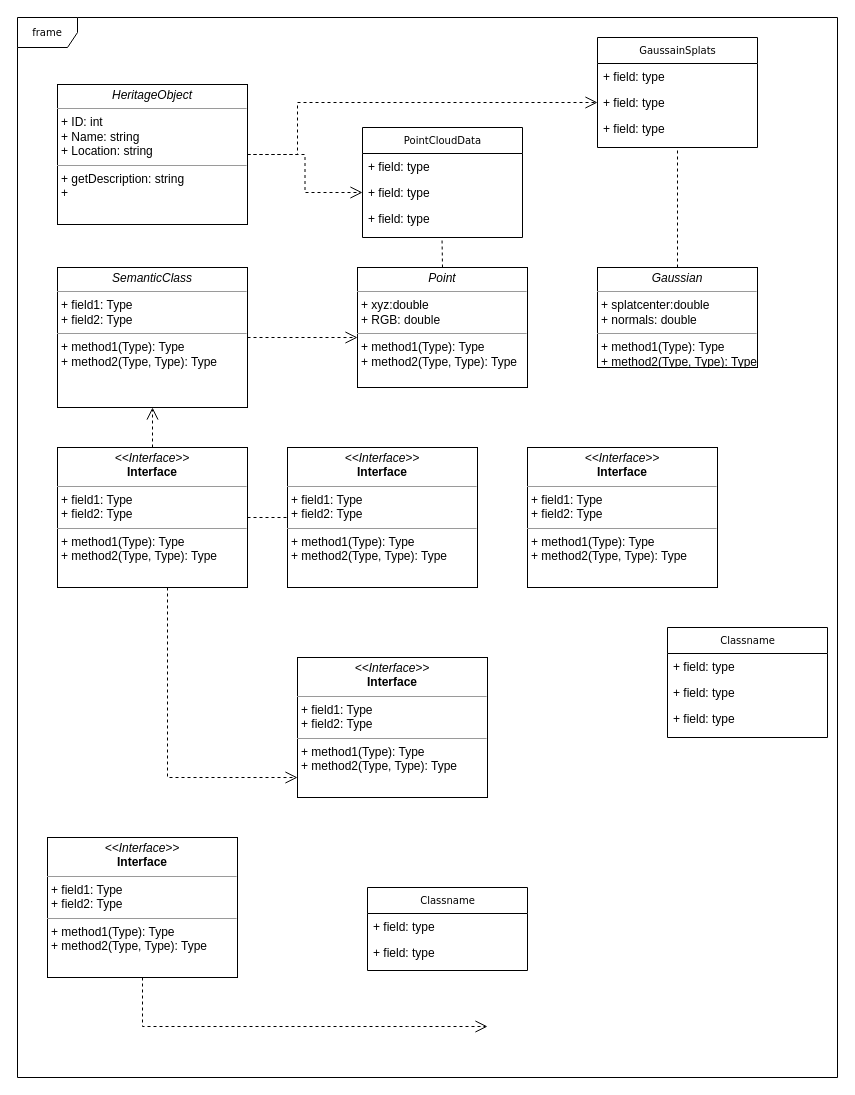
The draw.io diagram Untitled Diagram.drawio in Zhuoyuee/thesis, before the edit. Source tidied: cells renumbered, new cells numbered last; positions are measured from the earlier drawing's top-left corner, leaving out a move shared by most shapes. Both pictures are drawn from the tidied source at 100%, with x=0, y=0 at pixel (17, 17).
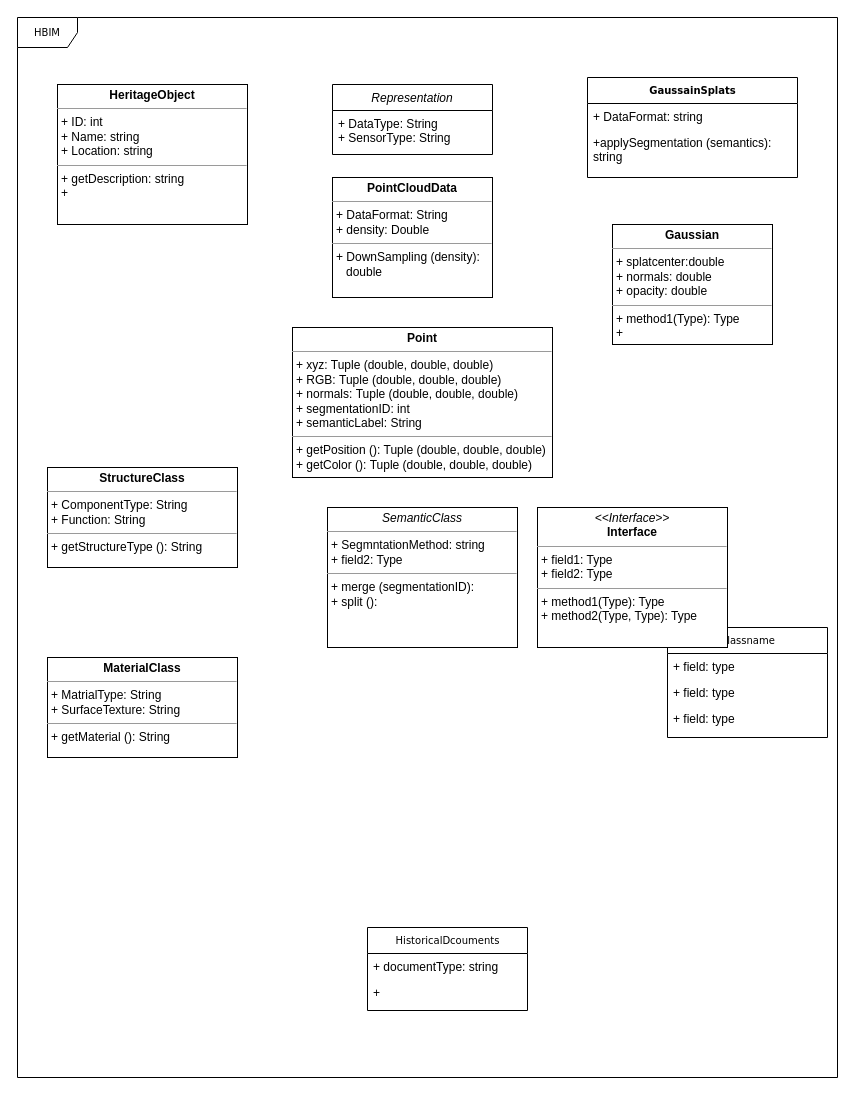
After the change.

What changed in the source:
```diff
@@
-    <mxCell id="2" value="frame" style="shape=umlFrame;whiteSpace=wrap;html=1;rounded=0;shadow=0;comic=0;labelBackgroundColor=none;strokeWidth=1;fontFamily=Verdana;fontSize=10;align=center;" parent="1" vertex="1">
+    <mxCell id="2" value="HBIM" style="shape=umlFrame;whiteSpace=wrap;html=1;rounded=0;shadow=0;comic=0;labelBackgroundColor=none;strokeWidth=1;fontFamily=Verdana;fontSize=10;align=center;" parent="1" vertex="1">
       <mxGeometry width="820" height="1060" as="geometry" />
     </mxCell>
-    <mxCell id="3" value="PointCloudData" style="swimlane;html=1;fontStyle=0;horizontal=1;startSize=26;fillColor=none;swimlaneFillColor=#ffffff;rounded=0;shadow=0;comic=0;labelBackgroundColor=none;strokeWidth=1;fontFamily=Verdana;fontSize=10;align=center;" parent="1" vertex="1">
-      <mxGeometry x="345" y="110" width="160" height="110" as="geometry" />
-    </mxCell>
-    <mxCell id="4" value="+ field: type" style="text;html=1;strokeColor=none;fillColor=none;align=left;verticalAlign=top;spacingLeft=4;spacingRight=4;whiteSpace=wrap;overflow=hidden;" parent="3" vertex="1">
-      <mxGeometry y="26" width="160" height="26" as="geometry" />
-    </mxCell>
-    <mxCell id="5" value="+ field: type" style="text;html=1;strokeColor=none;fillColor=none;align=left;verticalAlign=top;spacingLeft=4;spacingRight=4;whiteSpace=wrap;overflow=hidden;points=[[0,0.5],[1,0.5]];portConstraint=eastwest;" parent="3" vertex="1">
-      <mxGeometry y="52" width="160" height="26" as="geometry" />
-    </mxCell>
-    <mxCell id="6" value="+ field: type" style="text;html=1;strokeColor=none;fillColor=none;align=left;verticalAlign=top;spacingLeft=4;spacingRight=4;whiteSpace=wrap;overflow=hidden;" parent="3" vertex="1">
-      <mxGeometry y="78" width="160" height="26" as="geometry" />
-    </mxCell>
-    <mxCell id="7" value="GaussainSplats" style="swimlane;html=1;fontStyle=0;horizontal=1;startSize=26;fillColor=none;swimlaneFillColor=#ffffff;rounded=0;shadow=0;comic=0;labelBackgroundColor=none;strokeWidth=1;fontFamily=Verdana;fontSize=10;align=center;" parent="1" vertex="1">
-      <mxGeometry x="580" y="20" width="160" height="110" as="geometry" />
+    <mxCell id="7" value="&lt;b&gt;GaussainSplats&lt;/b&gt;" style="swimlane;html=1;fontStyle=0;horizontal=1;startSize=26;fillColor=none;swimlaneFillColor=#ffffff;rounded=0;shadow=0;comic=0;labelBackgroundColor=none;strokeWidth=1;fontFamily=Verdana;fontSize=10;align=center;" parent="1" vertex="1">
+      <mxGeometry x="570" y="60" width="210" height="100" as="geometry" />
     </mxCell>
-    <mxCell id="8" value="+ field: type" style="text;html=1;strokeColor=none;fillColor=none;align=left;verticalAlign=top;spacingLeft=4;spacingRight=4;whiteSpace=wrap;overflow=hidden;" parent="7" vertex="1">
-      <mxGeometry y="26" width="160" height="26" as="geometry" />
+    <mxCell id="8" value="+ DataFormat: string" style="text;html=1;strokeColor=none;fillColor=none;align=left;verticalAlign=top;spacingLeft=4;spacingRight=4;whiteSpace=wrap;overflow=hidden;" parent="7" vertex="1">
+      <mxGeometry y="26" width="210" height="26" as="geometry" />
     </mxCell>
-    <mxCell id="9" value="+ field: type" style="text;html=1;strokeColor=none;fillColor=none;align=left;verticalAlign=top;spacingLeft=4;spacingRight=4;whiteSpace=wrap;overflow=hidden;points=[[0,0.5],[1,0.5]];portConstraint=eastwest;" parent="7" vertex="1">
-      <mxGeometry y="52" width="160" height="26" as="geometry" />
+    <mxCell id="9" value="+applySegmentation (semantics): string" style="text;html=1;strokeColor=none;fillColor=none;align=left;verticalAlign=top;spacingLeft=4;spacingRight=4;whiteSpace=wrap;overflow=hidden;points=[[0,0.5],[1,0.5]];portConstraint=eastwest;" parent="7" vertex="1">
+      <mxGeometry y="52" width="210" height="48" as="geometry" />
     </mxCell>
-    <mxCell id="10" value="+ field: type" style="text;html=1;strokeColor=none;fillColor=none;align=left;verticalAlign=top;spacingLeft=4;spacingRight=4;whiteSpace=wrap;overflow=hidden;" parent="7" vertex="1">
-      <mxGeometry y="78" width="160" height="26" as="geometry" />
-    </mxCell>
-    <mxCell id="11" value="Classname" style="swimlane;html=1;fontStyle=0;horizontal=1;startSize=26;fillColor=none;swimlaneFillColor=#ffffff;rounded=0;shadow=0;comic=0;labelBackgroundColor=none;strokeWidth=1;fontFamily=Verdana;fontSize=10;align=center;" parent="1" vertex="1">
-      <mxGeometry x="350" y="870" width="160" height="83" as="geometry" />
+    <mxCell id="11" value="HistoricalDcouments" style="swimlane;html=1;fontStyle=0;horizontal=1;startSize=26;fillColor=none;swimlaneFillColor=#ffffff;rounded=0;shadow=0;comic=0;labelBackgroundColor=none;strokeWidth=1;fontFamily=Verdana;fontSize=10;align=center;" parent="1" vertex="1">
+      <mxGeometry x="350" y="910" width="160" height="83" as="geometry" />
     </mxCell>
-    <mxCell id="12" value="+ field: type" style="text;html=1;strokeColor=none;fillColor=none;align=left;verticalAlign=top;spacingLeft=4;spacingRight=4;whiteSpace=wrap;overflow=hidden;" parent="11" vertex="1">
+    <mxCell id="12" value="+ documentType: string" style="text;html=1;strokeColor=none;fillColor=none;align=left;verticalAlign=top;spacingLeft=4;spacingRight=4;whiteSpace=wrap;overflow=hidden;" parent="11" vertex="1">
       <mxGeometry y="26" width="160" height="26" as="geometry" />
     </mxCell>
-    <mxCell id="13" value="+ field: type" style="text;html=1;strokeColor=none;fillColor=none;align=left;verticalAlign=top;spacingLeft=4;spacingRight=4;whiteSpace=wrap;overflow=hidden;" parent="11" vertex="1">
+    <mxCell id="13" value="+&amp;nbsp;" style="text;html=1;strokeColor=none;fillColor=none;align=left;verticalAlign=top;spacingLeft=4;spacingRight=4;whiteSpace=wrap;overflow=hidden;" parent="11" vertex="1">
       <mxGeometry y="52" width="160" height="26" as="geometry" />
     </mxCell>
@@
     <mxCell id="18" value="&lt;p style=&quot;margin:0px;margin-top:4px;text-align:center;&quot;&gt;&lt;i&gt;&amp;lt;&amp;lt;Interface&amp;gt;&amp;gt;&lt;/i&gt;&lt;br/&gt;&lt;b&gt;Interface&lt;/b&gt;&lt;/p&gt;&lt;hr size=&quot;1&quot;/&gt;&lt;p style=&quot;margin:0px;margin-left:4px;&quot;&gt;+ field1: Type&lt;br/&gt;+ field2: Type&lt;/p&gt;&lt;hr size=&quot;1&quot;/&gt;&lt;p style=&quot;margin:0px;margin-left:4px;&quot;&gt;+ method1(Type): Type&lt;br/&gt;+ method2(Type, Type): Type&lt;/p&gt;" style="verticalAlign=top;align=left;overflow=fill;fontSize=12;fontFamily=Helvetica;html=1;rounded=0;shadow=0;comic=0;labelBackgroundColor=none;strokeWidth=1;" parent="1" vertex="1">
-      <mxGeometry x="510" y="430" width="190" height="140" as="geometry" />
+      <mxGeometry x="520" y="490" width="190" height="140" as="geometry" />
     </mxCell>
-    <mxCell id="19" style="edgeStyle=orthogonalEdgeStyle;rounded=0;html=1;dashed=1;labelBackgroundColor=none;startFill=0;endArrow=open;endFill=0;endSize=10;fontFamily=Verdana;fontSize=10;" parent="1" edge="1" source="20">
-      <mxGeometry relative="1" as="geometry">
-        <mxPoint x="470" y="1009" as="targetPoint" />
-        <Array as="points">
-          <mxPoint x="390" y="1009" />
-          <mxPoint x="390" y="1009" />
-        </Array>
-      </mxGeometry>
-    </mxCell>
-    <mxCell id="20" value="&lt;p style=&quot;margin:0px;margin-top:4px;text-align:center;&quot;&gt;&lt;i&gt;&amp;lt;&amp;lt;Interface&amp;gt;&amp;gt;&lt;/i&gt;&lt;br/&gt;&lt;b&gt;Interface&lt;/b&gt;&lt;/p&gt;&lt;hr size=&quot;1&quot;/&gt;&lt;p style=&quot;margin:0px;margin-left:4px;&quot;&gt;+ field1: Type&lt;br/&gt;+ field2: Type&lt;/p&gt;&lt;hr size=&quot;1&quot;/&gt;&lt;p style=&quot;margin:0px;margin-left:4px;&quot;&gt;+ method1(Type): Type&lt;br/&gt;+ method2(Type, Type): Type&lt;/p&gt;" style="verticalAlign=top;align=left;overflow=fill;fontSize=12;fontFamily=Helvetica;html=1;rounded=0;shadow=0;comic=0;labelBackgroundColor=none;strokeWidth=1;" parent="1" vertex="1">
-      <mxGeometry x="30" y="820" width="190" height="140" as="geometry" />
+    <mxCell id="20" value="&lt;p style=&quot;margin:0px;margin-top:4px;text-align:center;&quot;&gt;&lt;b&gt;MaterialClass&lt;/b&gt;&lt;/p&gt;&lt;hr size=&quot;1&quot;&gt;&lt;p style=&quot;margin:0px;margin-left:4px;&quot;&gt;+ MatrialType: String&lt;br&gt;+ SurfaceTexture: String&lt;/p&gt;&lt;hr size=&quot;1&quot;&gt;&lt;p style=&quot;margin:0px;margin-left:4px;&quot;&gt;+ getMaterial (): String&lt;/p&gt;" style="verticalAlign=top;align=left;overflow=fill;fontSize=12;fontFamily=Helvetica;html=1;rounded=0;shadow=0;comic=0;labelBackgroundColor=none;strokeWidth=1;" parent="1" vertex="1">
+      <mxGeometry x="30" y="640" width="190" height="100" as="geometry" />
     </mxCell>
-    <mxCell id="21" value="&lt;p style=&quot;margin:0px;margin-top:4px;text-align:center;&quot;&gt;&lt;i&gt;&amp;lt;&amp;lt;Interface&amp;gt;&amp;gt;&lt;/i&gt;&lt;br/&gt;&lt;b&gt;Interface&lt;/b&gt;&lt;/p&gt;&lt;hr size=&quot;1&quot;/&gt;&lt;p style=&quot;margin:0px;margin-left:4px;&quot;&gt;+ field1: Type&lt;br/&gt;+ field2: Type&lt;/p&gt;&lt;hr size=&quot;1&quot;/&gt;&lt;p style=&quot;margin:0px;margin-left:4px;&quot;&gt;+ method1(Type): Type&lt;br/&gt;+ method2(Type, Type): Type&lt;/p&gt;" style="verticalAlign=top;align=left;overflow=fill;fontSize=12;fontFamily=Helvetica;html=1;rounded=0;shadow=0;comic=0;labelBackgroundColor=none;strokeWidth=1;" parent="1" vertex="1">
-      <mxGeometry x="280" y="640" width="190" height="140" as="geometry" />
-    </mxCell>
-    <mxCell id="22" value="&lt;p style=&quot;margin:0px;margin-top:4px;text-align:center;&quot;&gt;&lt;i&gt;Point&lt;/i&gt;&lt;/p&gt;&lt;hr size=&quot;1&quot;&gt;&lt;p style=&quot;margin:0px;margin-left:4px;&quot;&gt;+ xyz:double&amp;nbsp;&lt;br&gt;+ RGB: double&lt;/p&gt;&lt;hr size=&quot;1&quot;&gt;&lt;p style=&quot;margin:0px;margin-left:4px;&quot;&gt;+ method1(Type): Type&lt;br&gt;+ method2(Type, Type): Type&lt;/p&gt;" style="verticalAlign=top;align=left;overflow=fill;fontSize=12;fontFamily=Helvetica;html=1;rounded=0;shadow=0;comic=0;labelBackgroundColor=none;strokeWidth=1;" parent="1" vertex="1">
-      <mxGeometry x="340" y="250" width="170" height="120" as="geometry" />
+    <mxCell id="22" value="&lt;p style=&quot;margin:0px;margin-top:4px;text-align:center;&quot;&gt;&lt;b&gt;Point&lt;/b&gt;&lt;/p&gt;&lt;hr size=&quot;1&quot;&gt;&lt;p style=&quot;margin:0px;margin-left:4px;&quot;&gt;+ xyz: Tuple (double, double, double)&amp;nbsp;&lt;br&gt;+ RGB:&amp;nbsp;&lt;span style=&quot;background-color: transparent; color: light-dark(rgb(0, 0, 0), rgb(255, 255, 255));&quot;&gt;Tuple (double, double, double)&amp;nbsp;&lt;/span&gt;&lt;/p&gt;&lt;p style=&quot;margin:0px;margin-left:4px;&quot;&gt;&lt;span style=&quot;background-color: transparent; color: light-dark(rgb(0, 0, 0), rgb(255, 255, 255));&quot;&gt;+ normals:&amp;nbsp;&lt;/span&gt;&lt;span style=&quot;background-color: transparent; color: light-dark(rgb(0, 0, 0), rgb(255, 255, 255));&quot;&gt;Tuple (double, double, double)&amp;nbsp;&lt;/span&gt;&lt;/p&gt;&lt;p style=&quot;margin:0px;margin-left:4px;&quot;&gt;&lt;span style=&quot;background-color: transparent; color: light-dark(rgb(0, 0, 0), rgb(255, 255, 255));&quot;&gt;+ segmentationID: int&lt;/span&gt;&lt;/p&gt;&lt;p style=&quot;margin:0px;margin-left:4px;&quot;&gt;&lt;span style=&quot;background-color: transparent; color: light-dark(rgb(0, 0, 0), rgb(255, 255, 255));&quot;&gt;+ semanticLabel: String&lt;/span&gt;&lt;/p&gt;&lt;hr size=&quot;1&quot;&gt;&lt;p style=&quot;margin:0px;margin-left:4px;&quot;&gt;+ getPosition (): Tuple (double, double, double)&amp;nbsp;&lt;br&gt;+ getColor ():&amp;nbsp;&lt;span style=&quot;background-color: transparent; color: light-dark(rgb(0, 0, 0), rgb(255, 255, 255));&quot;&gt;Tuple (double, double, double)&amp;nbsp;&lt;/span&gt;&lt;/p&gt;" style="verticalAlign=top;align=left;overflow=fill;fontSize=12;fontFamily=Helvetica;html=1;rounded=0;shadow=0;comic=0;labelBackgroundColor=none;strokeWidth=1;" parent="1" vertex="1">
+      <mxGeometry x="275" y="310" width="260" height="150" as="geometry" />
     </mxCell>
-    <mxCell id="23" style="edgeStyle=orthogonalEdgeStyle;rounded=0;html=1;labelBackgroundColor=none;startFill=0;endArrow=open;endFill=0;endSize=10;fontFamily=Verdana;fontSize=10;dashed=1;entryX=0;entryY=0.5;entryDx=0;entryDy=0;" parent="1" edge="1" source="24" target="9">
-      <mxGeometry relative="1" as="geometry">
-        <Array as="points">
-          <mxPoint x="280" y="137" />
-          <mxPoint x="280" y="85" />
-        </Array>
-      </mxGeometry>
-    </mxCell>
-    <mxCell id="24" value="&lt;p style=&quot;margin:0px;margin-top:4px;text-align:center;&quot;&gt;&lt;i&gt;HeritageObject&lt;/i&gt;&lt;/p&gt;&lt;hr size=&quot;1&quot;&gt;&lt;p style=&quot;margin:0px;margin-left:4px;&quot;&gt;+ ID: int&lt;br&gt;+ Name: string&lt;/p&gt;&lt;p style=&quot;margin:0px;margin-left:4px;&quot;&gt;+ Location: string&lt;/p&gt;&lt;hr size=&quot;1&quot;&gt;&lt;p style=&quot;margin:0px;margin-left:4px;&quot;&gt;+ getDescription: string&lt;br&gt;+&amp;nbsp;&lt;/p&gt;" style="verticalAlign=top;align=left;overflow=fill;fontSize=12;fontFamily=Helvetica;html=1;rounded=0;shadow=0;comic=0;labelBackgroundColor=none;strokeWidth=1;" parent="1" vertex="1">
+    <mxCell id="24" value="&lt;p style=&quot;margin:0px;margin-top:4px;text-align:center;&quot;&gt;&lt;b&gt;HeritageObject&lt;/b&gt;&lt;/p&gt;&lt;hr size=&quot;1&quot;&gt;&lt;p style=&quot;margin:0px;margin-left:4px;&quot;&gt;+ ID: int&lt;br&gt;+ Name: string&lt;/p&gt;&lt;p style=&quot;margin:0px;margin-left:4px;&quot;&gt;+ Location: string&lt;/p&gt;&lt;hr size=&quot;1&quot;&gt;&lt;p style=&quot;margin:0px;margin-left:4px;&quot;&gt;+ getDescription: string&lt;br&gt;+&amp;nbsp;&lt;/p&gt;" style="verticalAlign=top;align=left;overflow=fill;fontSize=12;fontFamily=Helvetica;html=1;rounded=0;shadow=0;comic=0;labelBackgroundColor=none;strokeWidth=1;" parent="1" vertex="1">
       <mxGeometry x="40" y="67" width="190" height="140" as="geometry" />
     </mxCell>
-    <mxCell id="25" style="edgeStyle=orthogonalEdgeStyle;rounded=0;html=1;dashed=1;labelBackgroundColor=none;startFill=0;endArrow=open;endFill=0;endSize=10;fontFamily=Verdana;fontSize=10;entryX=0;entryY=0.5;entryDx=0;entryDy=0;exitX=1;exitY=0.5;exitDx=0;exitDy=0;" parent="1" edge="1" source="24" target="5">
-      <mxGeometry relative="1" as="geometry" />
-    </mxCell>
-    <mxCell id="26" style="edgeStyle=orthogonalEdgeStyle;rounded=0;html=1;dashed=1;labelBackgroundColor=none;startFill=0;endArrow=open;endFill=0;endSize=10;fontFamily=Verdana;fontSize=10;" parent="1" edge="1" source="27" target="22">
-      <mxGeometry relative="1" as="geometry">
-        <Array as="points">
-          <mxPoint x="350" y="320" />
-          <mxPoint x="350" y="280" />
-        </Array>
-      </mxGeometry>
-    </mxCell>
-    <mxCell id="27" value="&lt;p style=&quot;margin:0px;margin-top:4px;text-align:center;&quot;&gt;&lt;i&gt;SemanticClass&lt;/i&gt;&lt;/p&gt;&lt;hr size=&quot;1&quot;&gt;&lt;p style=&quot;margin:0px;margin-left:4px;&quot;&gt;+ field1: Type&lt;br&gt;+ field2: Type&lt;/p&gt;&lt;hr size=&quot;1&quot;&gt;&lt;p style=&quot;margin:0px;margin-left:4px;&quot;&gt;+ method1(Type): Type&lt;br&gt;+ method2(Type, Type): Type&lt;/p&gt;" style="verticalAlign=top;align=left;overflow=fill;fontSize=12;fontFamily=Helvetica;html=1;rounded=0;shadow=0;comic=0;labelBackgroundColor=none;strokeWidth=1;" parent="1" vertex="1">
-      <mxGeometry x="40" y="250" width="190" height="140" as="geometry" />
+    <mxCell id="27" value="&lt;p style=&quot;margin:0px;margin-top:4px;text-align:center;&quot;&gt;&lt;i&gt;SemanticClass&lt;/i&gt;&lt;/p&gt;&lt;hr size=&quot;1&quot;&gt;&lt;p style=&quot;margin:0px;margin-left:4px;&quot;&gt;+ SegmntationMethod: string&lt;br&gt;+ field2: Type&lt;/p&gt;&lt;hr size=&quot;1&quot;&gt;&lt;p style=&quot;margin:0px;margin-left:4px;&quot;&gt;+ merge (segmentationID):&amp;nbsp;&lt;/p&gt;&lt;p style=&quot;margin:0px;margin-left:4px;&quot;&gt;+ split ():&amp;nbsp;&lt;/p&gt;" style="verticalAlign=top;align=left;overflow=fill;fontSize=12;fontFamily=Helvetica;html=1;rounded=0;shadow=0;comic=0;labelBackgroundColor=none;strokeWidth=1;" parent="1" vertex="1">
+      <mxGeometry x="310" y="490" width="190" height="140" as="geometry" />
     </mxCell>
-    <mxCell id="28" style="edgeStyle=orthogonalEdgeStyle;rounded=0;html=1;dashed=1;labelBackgroundColor=none;startFill=0;endArrow=open;endFill=0;endSize=10;fontFamily=Verdana;fontSize=10;exitX=0.5;exitY=0;exitDx=0;exitDy=0;entryX=0.5;entryY=1;entryDx=0;entryDy=0;" parent="1" edge="1" source="31" target="27">
-      <mxGeometry relative="1" as="geometry">
-        <Array as="points">
-          <mxPoint x="135" y="470" />
-          <mxPoint x="130" y="470" />
-          <mxPoint x="130" y="440" />
-          <mxPoint x="135" y="440" />
-        </Array>
-      </mxGeometry>
-    </mxCell>
-    <mxCell id="29" style="edgeStyle=orthogonalEdgeStyle;rounded=0;html=1;dashed=1;labelBackgroundColor=none;startFill=0;endArrow=open;endFill=0;endSize=10;fontFamily=Verdana;fontSize=10;" parent="1" edge="1" source="31">
-      <mxGeometry relative="1" as="geometry">
-        <mxPoint x="360" y="500" as="targetPoint" />
-      </mxGeometry>
-    </mxCell>
-    <mxCell id="30" style="edgeStyle=orthogonalEdgeStyle;rounded=0;html=1;dashed=1;labelBackgroundColor=none;startFill=0;endArrow=open;endFill=0;endSize=10;fontFamily=Verdana;fontSize=10;" parent="1" edge="1" source="31" target="21">
-      <mxGeometry relative="1" as="geometry">
-        <Array as="points">
-          <mxPoint x="150" y="760" />
-        </Array>
-      </mxGeometry>
-    </mxCell>
-    <mxCell id="31" value="&lt;p style=&quot;margin:0px;margin-top:4px;text-align:center;&quot;&gt;&lt;i&gt;&amp;lt;&amp;lt;Interface&amp;gt;&amp;gt;&lt;/i&gt;&lt;br/&gt;&lt;b&gt;Interface&lt;/b&gt;&lt;/p&gt;&lt;hr size=&quot;1&quot;/&gt;&lt;p style=&quot;margin:0px;margin-left:4px;&quot;&gt;+ field1: Type&lt;br/&gt;+ field2: Type&lt;/p&gt;&lt;hr size=&quot;1&quot;/&gt;&lt;p style=&quot;margin:0px;margin-left:4px;&quot;&gt;+ method1(Type): Type&lt;br/&gt;+ method2(Type, Type): Type&lt;/p&gt;" style="verticalAlign=top;align=left;overflow=fill;fontSize=12;fontFamily=Helvetica;html=1;rounded=0;shadow=0;comic=0;labelBackgroundColor=none;strokeWidth=1;" parent="1" vertex="1">
-      <mxGeometry x="40" y="430" width="190" height="140" as="geometry" />
+    <mxCell id="31" value="&lt;p style=&quot;margin:0px;margin-top:4px;text-align:center;&quot;&gt;&lt;b&gt;StructureClass&lt;/b&gt;&lt;/p&gt;&lt;hr size=&quot;1&quot;&gt;&lt;p style=&quot;margin:0px;margin-left:4px;&quot;&gt;+ ComponentType: String&lt;br&gt;+ Function: String&lt;/p&gt;&lt;hr size=&quot;1&quot;&gt;&lt;p style=&quot;margin:0px;margin-left:4px;&quot;&gt;+ getStructureType (): String&lt;/p&gt;" style="verticalAlign=top;align=left;overflow=fill;fontSize=12;fontFamily=Helvetica;html=1;rounded=0;shadow=0;comic=0;labelBackgroundColor=none;strokeWidth=1;" parent="1" vertex="1">
+      <mxGeometry x="30" y="450" width="190" height="100" as="geometry" />
     </mxCell>
-    <mxCell id="32" value="&lt;p style=&quot;margin:0px;margin-top:4px;text-align:center;&quot;&gt;&lt;i&gt;Gaussian&lt;/i&gt;&lt;/p&gt;&lt;hr size=&quot;1&quot;&gt;&lt;p style=&quot;margin:0px;margin-left:4px;&quot;&gt;+ splatcenter:double&amp;nbsp;&lt;br&gt;+ normals: double&lt;/p&gt;&lt;hr size=&quot;1&quot;&gt;&lt;p style=&quot;margin:0px;margin-left:4px;&quot;&gt;+ method1(Type): Type&lt;br&gt;+ method2(Type, Type): Type&lt;/p&gt;" style="verticalAlign=top;align=left;overflow=fill;fontSize=12;fontFamily=Helvetica;html=1;rounded=0;shadow=0;comic=0;labelBackgroundColor=none;strokeWidth=1;" parent="1" vertex="1">
-      <mxGeometry x="580" y="250" width="160" height="100" as="geometry" />
+    <mxCell id="32" value="&lt;p style=&quot;margin:0px;margin-top:4px;text-align:center;&quot;&gt;&lt;b style=&quot;&quot;&gt;Gaussian&lt;/b&gt;&lt;/p&gt;&lt;hr size=&quot;1&quot;&gt;&lt;p style=&quot;margin:0px;margin-left:4px;&quot;&gt;+ splatcenter:double&amp;nbsp;&lt;br&gt;+ normals: double&lt;/p&gt;&lt;p style=&quot;margin:0px;margin-left:4px;&quot;&gt;+ opacity: double&lt;/p&gt;&lt;hr size=&quot;1&quot;&gt;&lt;p style=&quot;margin:0px;margin-left:4px;&quot;&gt;+ method1(Type): Type&lt;br&gt;+&amp;nbsp;&lt;/p&gt;" style="verticalAlign=top;align=left;overflow=fill;fontSize=12;fontFamily=Helvetica;html=1;rounded=0;shadow=0;comic=0;labelBackgroundColor=none;strokeWidth=1;" parent="1" vertex="1">
+      <mxGeometry x="595" y="207" width="160" height="120" as="geometry" />
     </mxCell>
-    <mxCell id="33" style="endArrow=none;dashed=1;html=1;rounded=0;entryX=0.5;entryY=1;entryDx=0;entryDy=0;exitX=0.5;exitY=0;exitDx=0;exitDy=0;" parent="1" edge="1" source="32" target="7">
-      <mxGeometry relative="1" as="geometry" />
-    </mxCell>
-    <mxCell id="34" style="endArrow=none;dashed=1;html=1;rounded=0;entryX=0.5;entryY=1;entryDx=0;entryDy=0;exitX=0.5;exitY=0;exitDx=0;exitDy=0;" parent="1" edge="1" source="22">
-      <mxGeometry relative="1" as="geometry">
-        <mxPoint x="424.5" y="220" as="targetPoint" />
-      </mxGeometry>
-    </mxCell>
-    <mxCell id="35" value="&lt;p style=&quot;margin:0px;margin-top:4px;text-align:center;&quot;&gt;&lt;i&gt;&amp;lt;&amp;lt;Interface&amp;gt;&amp;gt;&lt;/i&gt;&lt;br/&gt;&lt;b&gt;Interface&lt;/b&gt;&lt;/p&gt;&lt;hr size=&quot;1&quot;/&gt;&lt;p style=&quot;margin:0px;margin-left:4px;&quot;&gt;+ field1: Type&lt;br/&gt;+ field2: Type&lt;/p&gt;&lt;hr size=&quot;1&quot;/&gt;&lt;p style=&quot;margin:0px;margin-left:4px;&quot;&gt;+ method1(Type): Type&lt;br/&gt;+ method2(Type, Type): Type&lt;/p&gt;" style="verticalAlign=top;align=left;overflow=fill;fontSize=12;fontFamily=Helvetica;html=1;rounded=0;shadow=0;comic=0;labelBackgroundColor=none;strokeWidth=1;" parent="1" vertex="1">
-      <mxGeometry x="270" y="430" width="190" height="140" as="geometry" />
-    </mxCell>
+    <mxCell id="36" value="&lt;span style=&quot;font-weight: normal;&quot;&gt;&lt;i&gt;Representation&lt;/i&gt;&lt;/span&gt;" style="swimlane;fontStyle=1;align=center;verticalAlign=top;horizontal=1;startSize=26;whiteSpace=wrap;html=1;" parent="1" vertex="1">
+      <mxGeometry x="315" y="67" width="160" height="70" as="geometry" />
+    </mxCell>
+    <mxCell id="37" value="+ DataType: String&lt;div&gt;+ SensorType: String&lt;/div&gt;" style="text;strokeColor=none;fillColor=none;align=left;verticalAlign=top;spacingLeft=4;spacingRight=4;overflow=hidden;whiteSpace=wrap;html=1;" parent="36" vertex="1">
+      <mxGeometry y="26" width="160" height="44" as="geometry" />
+    </mxCell>
+    <mxCell id="38" value="&lt;p style=&quot;margin:0px;margin-top:4px;text-align:center;&quot;&gt;&lt;b&gt;PointCloudData&lt;/b&gt;&lt;/p&gt;&lt;hr size=&quot;1&quot;&gt;&lt;p style=&quot;margin:0px;margin-left:4px;&quot;&gt;+ DataFormat: String&lt;br&gt;+ density: Double&lt;br&gt;&lt;/p&gt;&lt;hr size=&quot;1&quot;&gt;&lt;p style=&quot;margin:0px;margin-left:4px;&quot;&gt;+ DownSampling (density):&lt;/p&gt;&lt;p style=&quot;margin:0px;margin-left:4px;&quot;&gt;&amp;nbsp; &amp;nbsp;double&lt;br&gt;&lt;/p&gt;" style="verticalAlign=top;align=left;overflow=fill;fontSize=12;fontFamily=Helvetica;html=1;rounded=0;shadow=0;comic=0;labelBackgroundColor=none;strokeWidth=1;" parent="1" vertex="1">
+      <mxGeometry x="315" y="160" width="160" height="120" as="geometry" />
+    </mxCell>
```
